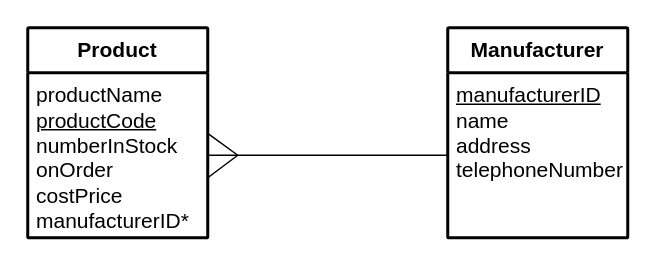
Before: page "Manufacturer" (10 of 12) of n5/ddd/N5-DDD-Clydeview/assets/N5 DDD Clydeview.drawio in MrFriendCS/MrFriendCS.github.io, a draw.io diagram. Source tidied: cells renumbered, new cells numbered last; positions are measured from the earlier drawing's top-left corner, leaving out a move shared by most shapes. Both pictures are drawn from the tidied source at 150%, with x=0, y=0 at pixel (27, 27).
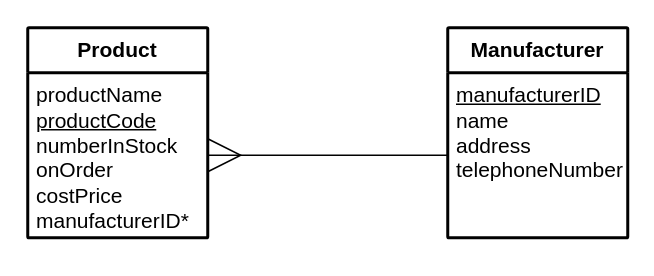
The same page after the edit.

Change to the diagram source:
```diff
@@
 <mxGraphModel>
   <root>
     <mxCell id="0" />
     <mxCell id="1" parent="0" />
     <mxCell id="2" value="&lt;b&gt;Product&lt;/b&gt;" style="swimlane;horizontal=1;startSize=30;rounded=1;fontSize=14;fontStyle=0;strokeWidth=2;shadow=0;dashed=0;align=center;arcSize=1;whiteSpace=wrap;html=1;" parent="1" vertex="1">
       <mxGeometry width="120" height="140" as="geometry" />
     </mxCell>
     <mxCell id="3" value="&lt;font style=&quot;font-size: 14px;&quot;&gt;productName&lt;br&gt;&lt;u&gt;productCode&lt;br&gt;&lt;/u&gt;numberInStock&lt;br&gt;onOrder&lt;br&gt;costPrice&lt;br&gt;manufacturerID*&lt;/font&gt;" style="align=left;strokeColor=none;fillColor=none;spacingLeft=4;fontSize=12;verticalAlign=top;html=1;" parent="2" vertex="1">
       <mxGeometry y="30" width="120" height="110" as="geometry" />
     </mxCell>
     <mxCell id="4" style="edgeStyle=orthogonalEdgeStyle;rounded=0;orthogonalLoop=1;jettySize=auto;html=1;exitX=0.5;exitY=1;exitDx=0;exitDy=0;" parent="2" edge="1" source="3" target="3">
       <mxGeometry relative="1" as="geometry" />
     </mxCell>
     <mxCell id="5" value="&lt;b&gt;Manufacturer&lt;/b&gt;" style="swimlane;horizontal=1;startSize=30;rounded=1;fontSize=14;fontStyle=0;strokeWidth=2;shadow=0;dashed=0;align=center;arcSize=1;whiteSpace=wrap;html=1;" parent="1" vertex="1">
       <mxGeometry x="280" width="120" height="140" as="geometry" />
     </mxCell>
     <mxCell id="6" value="&lt;font style=&quot;font-size: 14px;&quot;&gt;&lt;u&gt;manufacturerID&lt;/u&gt;&lt;br&gt;name&lt;br&gt;address&lt;br&gt;telephoneNumber&lt;/font&gt;" style="align=left;strokeColor=none;fillColor=none;spacingLeft=4;fontSize=12;verticalAlign=top;html=1;" parent="5" vertex="1">
       <mxGeometry y="30" width="120" height="110" as="geometry" />
     </mxCell>
-    <mxCell id="7" style="rounded=0;jettySize=auto;html=1;exitX=1;exitY=0.5;exitDx=0;exitDy=0;entryX=0;entryY=0.5;entryDx=0;entryDy=0;endArrow=none;endFill=0;" parent="1" edge="1" source="3" target="6">
+    <mxCell id="7" style="rounded=0;jettySize=auto;html=1;exitX=1;exitY=0.5;exitDx=0;exitDy=0;entryX=0;entryY=0.5;entryDx=0;entryDy=0;endArrow=none;endFill=0;startArrow=ERmany;startFill=0;startSize=20;" parent="1" edge="1" source="3" target="6">
       <mxGeometry relative="1" as="geometry" />
     </mxCell>
-    <mxCell id="8" style="endArrow=none;html=1;rounded=0;exitX=1;exitY=0.367;exitDx=0;exitDy=0;exitPerimeter=0;" parent="1" edge="1" source="3">
-      <mxGeometry relative="1" as="geometry">
-        <mxPoint x="140" y="85" as="targetPoint" />
-      </mxGeometry>
-    </mxCell>
-    <mxCell id="9" style="endArrow=none;html=1;rounded=0;" parent="1" edge="1">
-      <mxGeometry relative="1" as="geometry">
-        <mxPoint x="120" y="100" as="sourcePoint" />
-        <mxPoint x="140" y="85" as="targetPoint" />
-      </mxGeometry>
-    </mxCell>
   </root>
 </mxGraphModel>
```
